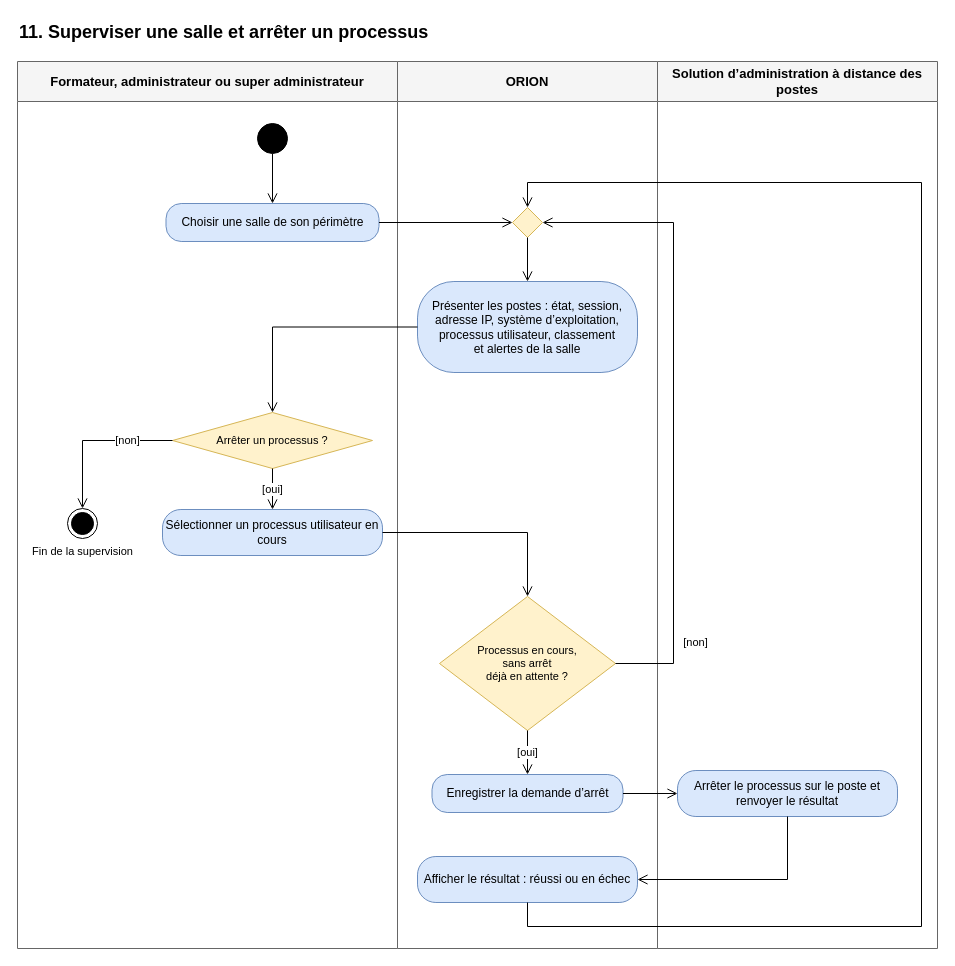
Before: page "Superviser une salle et arrêter un processus" (11 of 19) of docs/02-ANALYSE/02-CAPTURE-DES-BESOINS/08-DIAGRAMMES-ACTIVITE-CAS-UTILISATION.drawio in bpierrelouis/aster, a draw.io diagram. Source tidied: cells renumbered, new cells numbered last; positions are measured from the earlier drawing's top-left corner, leaving out a move shared by most shapes. Both pictures are drawn from the tidied source at 100%, with x=0, y=0 at pixel (17, 17).
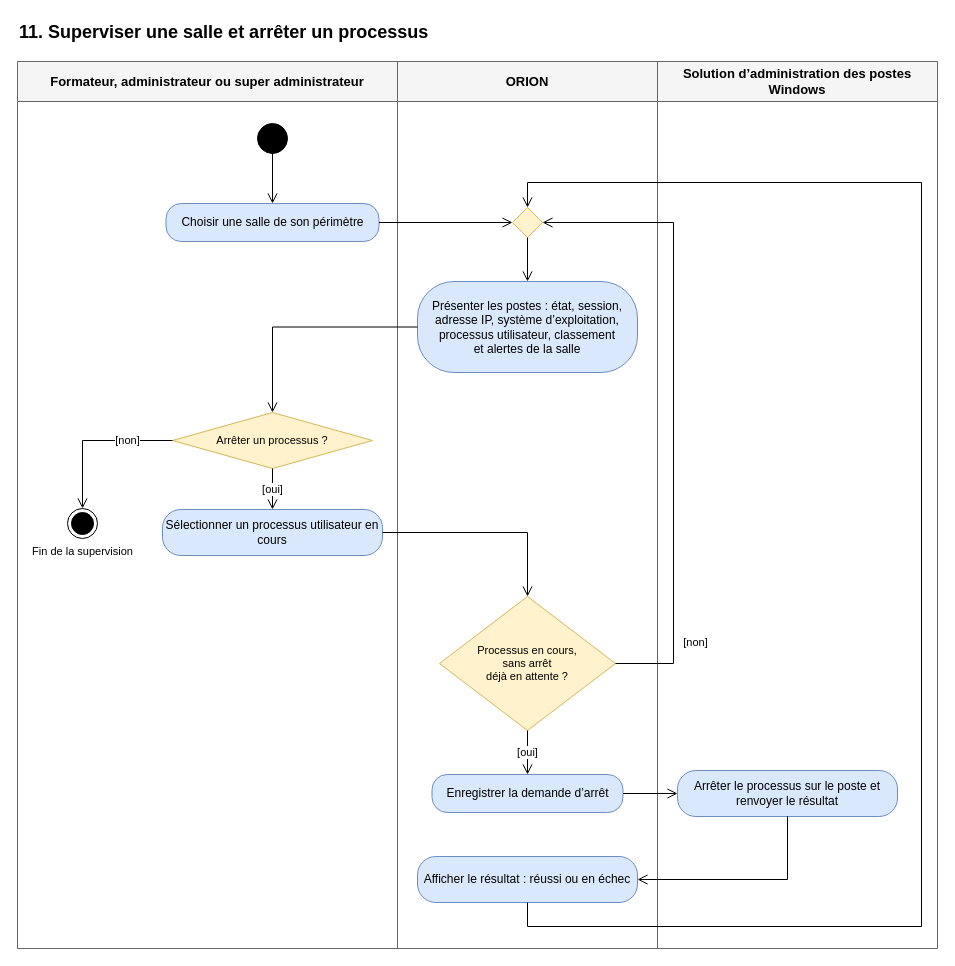
Above is the later version.

The edit, as a diff of the source:
```diff
@@
-    <mxCell id="5" value="Solution d’administration à distance des postes" style="swimlane;html=1;startSize=40;fontSize=13;fontStyle=1;fillColor=#f5f5f5;strokeColor=#666666;swimlaneFillColor=#ffffff;whiteSpace=wrap;" parent="1" vertex="1">
+    <mxCell id="5" value="Solution d’administration des postes Windows" style="swimlane;html=1;startSize=40;fontSize=13;fontStyle=1;fillColor=#f5f5f5;strokeColor=#666666;swimlaneFillColor=#ffffff;whiteSpace=wrap;" parent="1" vertex="1">
       <mxGeometry x="640" y="44" width="280" height="887" as="geometry" />
     </mxCell>
```
